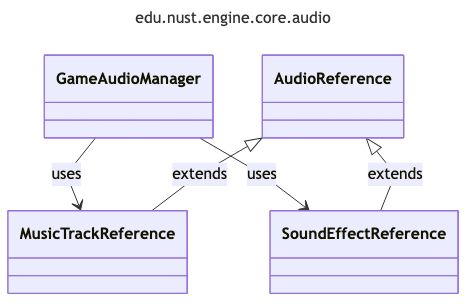
Above: uml/generated/png/package_edu_nust_engine_core_audio.png in zombie-zero-nust/zombie-zero (Mermaid), before the change. Its source is kept beside it as uml/generated/mmd/package_edu_nust_engine_core_audio.mmd. Its diagram source:
```mermaid
---
title: edu.nust.engine.core.audio
config:
  look: classic
  layout: dagre
  flowchart:
    curve: linear
  class:
    defaultRenderer: dagre-wrapper
---
classDiagram
class GameAudioManager
class MusicTrackReference
class SoundEffectReference
class AudioReference
GameAudioManager --> MusicTrackReference : uses
GameAudioManager --> SoundEffectReference : uses
AudioReference <|-- MusicTrackReference : extends
AudioReference <|-- SoundEffectReference : extends
```
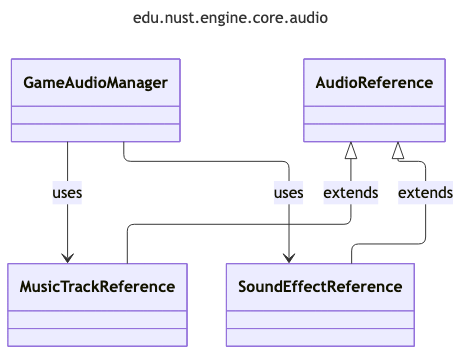
After the change.

The edit, as a diff of the source:
```diff
@@ -2,17 +2,17 @@
 title: edu.nust.engine.core.audio
 config:
   look: classic
-  layout: dagre
+  layout: elk
   flowchart:
     curve: linear
   class:
     defaultRenderer: dagre-wrapper
 ---
 classDiagram
-class GameAudioManager
-class MusicTrackReference
-class SoundEffectReference
-class AudioReference
+  class GameAudioManager
+  class SoundEffectReference
+  class MusicTrackReference
+  class AudioReference
 GameAudioManager --> MusicTrackReference : uses
 GameAudioManager --> SoundEffectReference : uses
 AudioReference <|-- MusicTrackReference : extends
```
